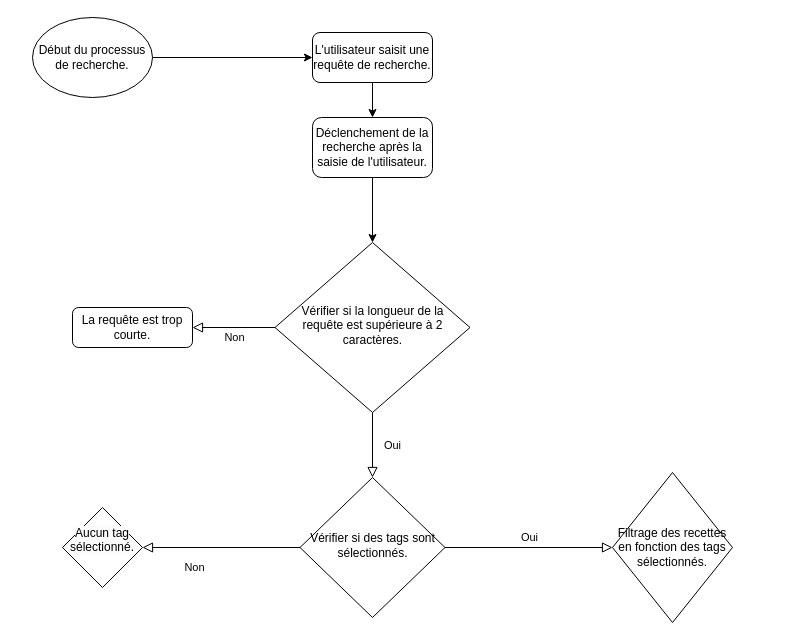
PuenaruIonutMarian/LesPetitsPlats keeps this draw.io diagram as Untitled Diagram.drawio. Above is the earlier version. Source tidied: cells renumbered, new cells numbered last; positions are measured from the earlier drawing's top-left corner, leaving out a move shared by most shapes. Both pictures are drawn from the tidied source at 100%, with x=0, y=0 at pixel (32, 17).
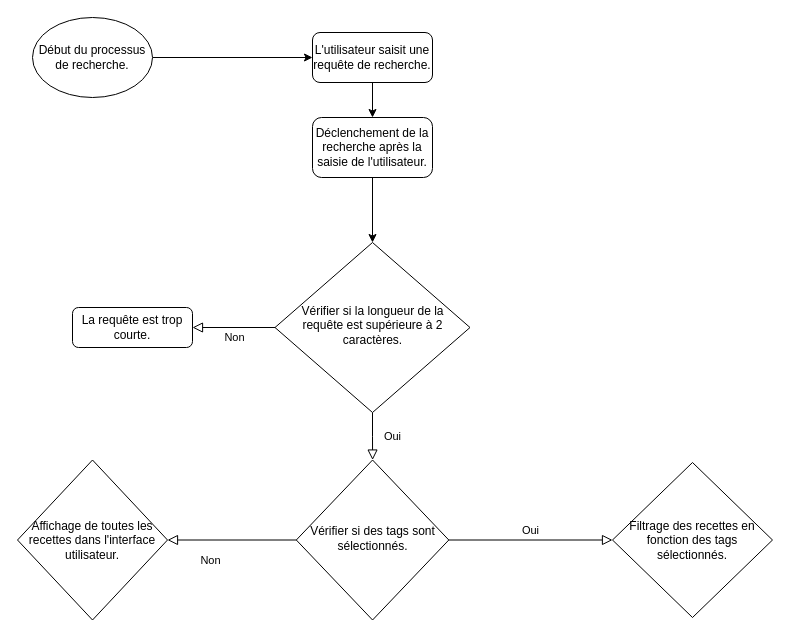
The same diagram, later.

The edit, as a diff of the source:
```diff
@@
 <mxGraphModel>
   <root>
     <mxCell id="0" />
     <mxCell id="1" parent="0" />
     <mxCell id="2" style="edgeStyle=orthogonalEdgeStyle;rounded=0;jettySize=auto;html=1;" parent="1" edge="1" source="3" target="14">
       <mxGeometry relative="1" as="geometry" />
     </mxCell>
     <mxCell id="3" value="L'utilisateur saisit une requête de recherche." style="rounded=1;whiteSpace=wrap;html=1;fontSize=12;glass=0;strokeWidth=1;shadow=0;" parent="1" vertex="1">
       <mxGeometry x="280" y="15" width="120" height="50" as="geometry" />
     </mxCell>
     <mxCell id="4" value="Oui" style="rounded=0;html=1;jettySize=auto;fontSize=11;endArrow=block;endFill=0;endSize=8;strokeWidth=1;shadow=0;labelBackgroundColor=none;edgeStyle=orthogonalEdgeStyle;" parent="1" edge="1" source="6" target="10">
       <mxGeometry y="20" relative="1" as="geometry" />
     </mxCell>
     <mxCell id="5" value="Non" style="edgeStyle=orthogonalEdgeStyle;rounded=0;html=1;jettySize=auto;fontSize=11;endArrow=block;endFill=0;endSize=8;strokeWidth=1;shadow=0;labelBackgroundColor=none;" parent="1" edge="1" source="6" target="7">
       <mxGeometry y="10" relative="1" as="geometry" />
     </mxCell>
     <mxCell id="6" value="Vérifier si la longueur de la requête est supérieure à 2 caractères." style="rhombus;whiteSpace=wrap;html=1;shadow=0;fontFamily=Helvetica;fontSize=12;align=center;strokeWidth=1;spacing=6;spacingTop=-4;" parent="1" vertex="1">
       <mxGeometry x="242.5" y="225" width="195" height="170" as="geometry" />
     </mxCell>
     <mxCell id="7" value="La requête est trop courte." style="rounded=1;whiteSpace=wrap;html=1;fontSize=12;glass=0;strokeWidth=1;shadow=0;" parent="1" vertex="1">
       <mxGeometry x="40" y="290" width="120" height="40" as="geometry" />
     </mxCell>
     <mxCell id="8" value="Non" style="rounded=0;html=1;jettySize=auto;fontSize=11;endArrow=block;endFill=0;endSize=8;strokeWidth=1;shadow=0;labelBackgroundColor=none;edgeStyle=orthogonalEdgeStyle;entryX=1;entryY=0.5;entryDx=0;entryDy=0;" parent="1" edge="1" source="10" target="16">
       <mxGeometry x="0.34" y="20" relative="1" as="geometry" />
     </mxCell>
     <mxCell id="9" value="Oui" style="edgeStyle=orthogonalEdgeStyle;rounded=0;html=1;jettySize=auto;fontSize=11;endArrow=block;endFill=0;endSize=8;strokeWidth=1;shadow=0;labelBackgroundColor=none;" parent="1" edge="1" source="10" target="15">
       <mxGeometry y="10" relative="1" as="geometry" />
     </mxCell>
     <mxCell id="10" value="Vérifier si des tags sont sélectionnés." style="rhombus;whiteSpace=wrap;html=1;shadow=0;fontFamily=Helvetica;fontSize=12;align=center;strokeWidth=1;spacing=6;spacingTop=-4;" parent="1" vertex="1">
-      <mxGeometry x="267.5" y="460" width="145" height="140" as="geometry" />
+      <mxGeometry x="263.8" y="442.5" width="152.5" height="160" as="geometry" />
     </mxCell>
     <mxCell id="11" style="edgeStyle=orthogonalEdgeStyle;rounded=0;jettySize=auto;html=1;" parent="1" edge="1" source="12" target="3">
       <mxGeometry relative="1" as="geometry" />
     </mxCell>
     <mxCell id="12" value="Début du processus de recherche." style="ellipse;whiteSpace=wrap;html=1;" parent="1" vertex="1">
       <mxGeometry width="120" height="80" as="geometry" />
     </mxCell>
     <mxCell id="13" style="edgeStyle=orthogonalEdgeStyle;rounded=0;jettySize=auto;html=1;" parent="1" edge="1" source="14" target="6">
       <mxGeometry relative="1" as="geometry" />
     </mxCell>
     <mxCell id="14" value="Déclenchement de la recherche après la saisie de l'utilisateur." style="rounded=1;whiteSpace=wrap;html=1;" parent="1" vertex="1">
       <mxGeometry x="280" y="100" width="120" height="60" as="geometry" />
     </mxCell>
     <mxCell id="15" value="Filtrage des recettes en fonction des tags sélectionnés." style="rhombus;whiteSpace=wrap;html=1;" parent="1" vertex="1">
-      <mxGeometry x="580" y="455" width="120" height="150" as="geometry" />
+      <mxGeometry x="580" y="445" width="160" height="155" as="geometry" />
     </mxCell>
-    <mxCell id="16" value="&#10;&lt;span style=&quot;color: rgb(0, 0, 0); font-family: Helvetica; font-size: 12px; font-style: normal; font-variant-ligatures: normal; font-variant-caps: normal; font-weight: 400; letter-spacing: normal; orphans: 2; text-align: center; text-indent: 0px; text-transform: none; widows: 2; word-spacing: 0px; -webkit-text-stroke-width: 0px; background-color: rgb(251, 251, 251); text-decoration-thickness: initial; text-decoration-style: initial; text-decoration-color: initial; float: none; display: inline !important;&quot;&gt;Aucun tag sélectionné.&lt;/span&gt;&#10;&#10;" style="rhombus;whiteSpace=wrap;html=1;" parent="1" vertex="1">
-      <mxGeometry x="30" y="490" width="80" height="80" as="geometry" />
+    <mxCell id="16" value="Affichage de toutes les recettes dans l'interface utilisateur." style="rhombus;whiteSpace=wrap;html=1;" parent="1" vertex="1">
+      <mxGeometry x="-15" y="442.5" width="150" height="160" as="geometry" />
     </mxCell>
   </root>
 </mxGraphModel>
```
